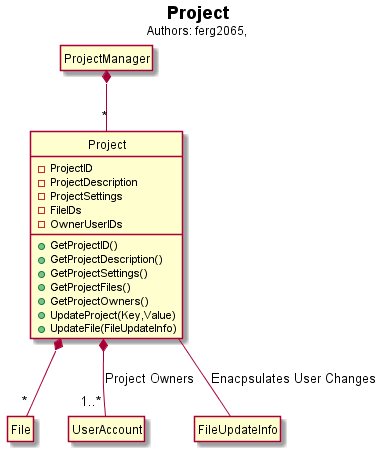
voxelv/sQuire_kw keeps this PlantUML diagram as hw3/Server/server_project.png. Above is the earlier version.
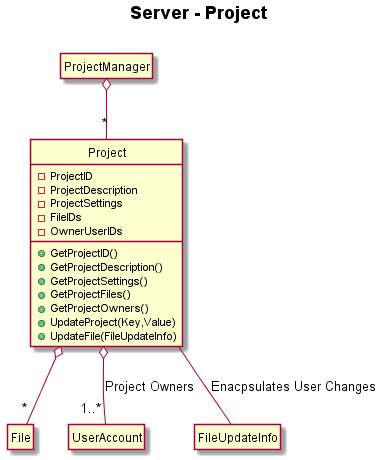
After the change.

Diff of the diagram source:
```diff
@@ -2,7 +2,7 @@
 hide circle
 hide empty members
 
-Title <b>Project</b>\n<size:12>Authors: ferg2065, </size>
+Title <b>Server - Project</b>\n
 
 class "ProjectManager" as sqs_pr_m
 class "Project" as sqs_pr{
@@ -24,12 +24,9 @@
 class "UserAccount" as sqs_ua
 class "FileUpdateInfo" as sqs_fi_ui
 
-sqs_pr_m *-- "*" sqs_pr
-
-sqs_pr *-- "*" sqs_fi
-
-sqs_pr *-- "1..*" sqs_ua : "Project Owners"
-
+sqs_pr_m o-- "*" sqs_pr
+sqs_pr o-- "*" sqs_fi
+sqs_pr o-- "1..*" sqs_ua : "Project Owners"
 sqs_pr -- sqs_fi_ui : Enacpsulates User Changes
 
 
```
